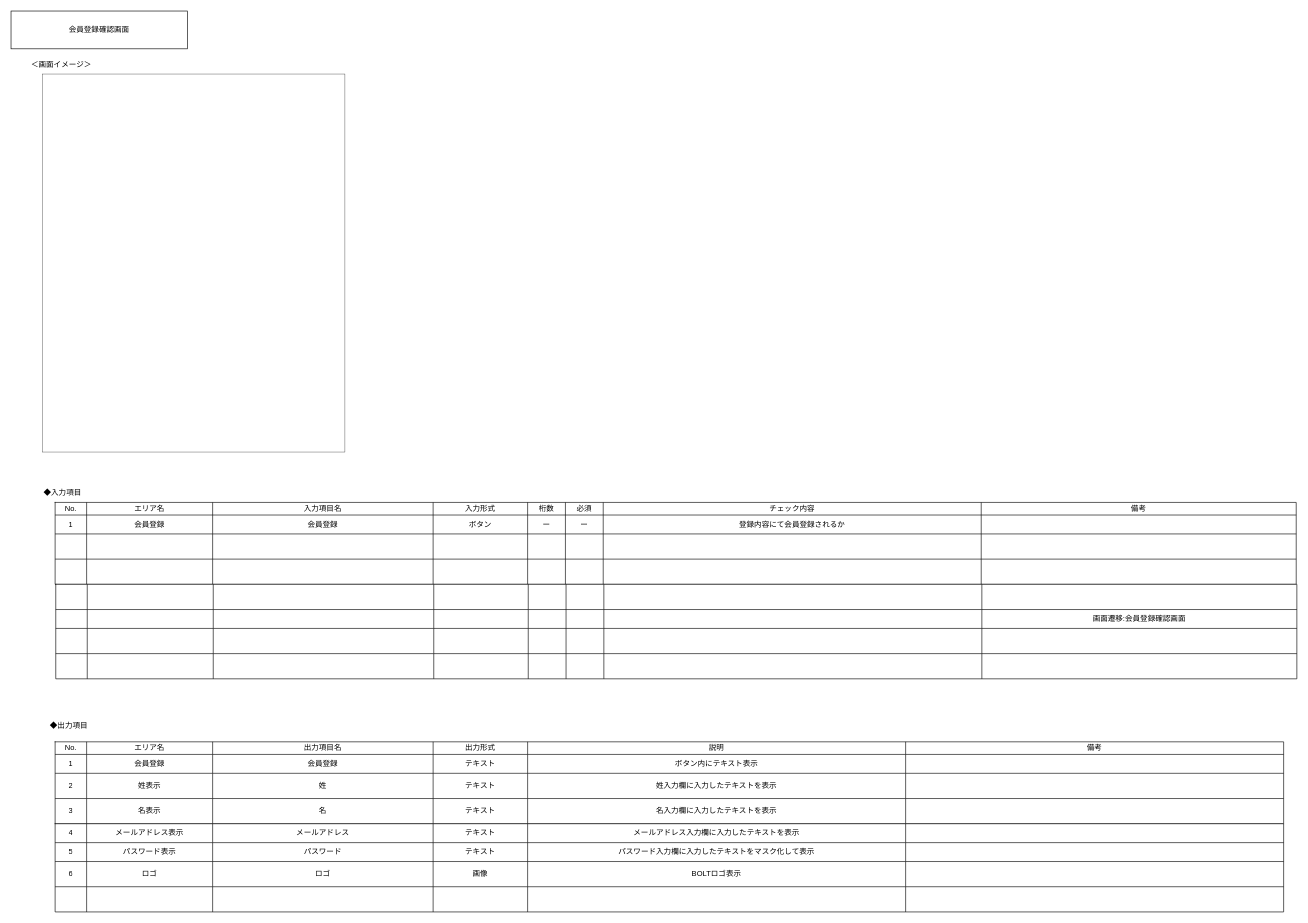
dt-torachan/lteventmanager keeps this draw.io diagram as page "トップ画面" (4 of 4) of documents/画面設計書フォーマット.drawio. Above is the earlier version. Source tidied: cells renumbered, new cells numbered last; positions are measured from the earlier drawing's top-left corner, leaving out a move shared by most shapes. Both pictures are drawn from the tidied source at 63%, with x=0, y=0 at pixel (11, 11).
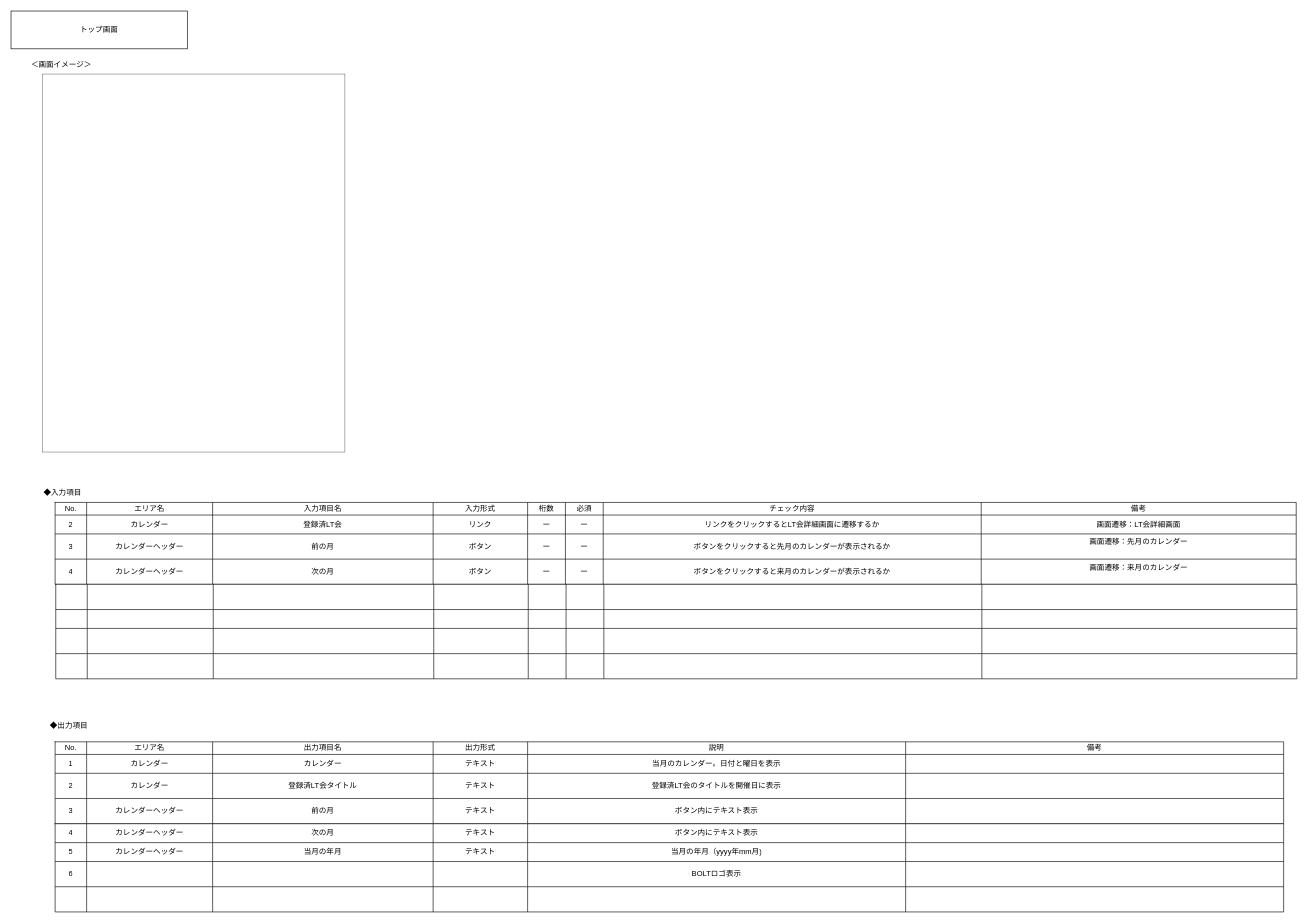
After the change.

Commit message (it also covers changes not shown here):
【add】トップ画面 作成

Unchanged cells that the change refers to:
```xml
<mxCell id="15" style="shape=tableRow;horizontal=0;startSize=0;swimlaneHead=0;swimlaneBody=0;strokeColor=inherit;top=0;left=0;bottom=0;right=0;fillColor=none;" parent="5" vertex="1">
  <mxGeometry y="20" width="1970" height="30" as="geometry" />
</mxCell>
<mxCell id="24" style="shape=tableRow;horizontal=0;startSize=0;swimlaneHead=0;swimlaneBody=0;strokeColor=inherit;top=0;left=0;bottom=0;right=0;fillColor=none;" parent="5" vertex="1">
  <mxGeometry y="50" width="1970" height="40" as="geometry" />
</mxCell>
<mxCell id="33" style="shape=tableRow;horizontal=0;startSize=0;swimlaneHead=0;swimlaneBody=0;strokeColor=inherit;top=0;left=0;bottom=0;right=0;fillColor=none;" parent="5" vertex="1">
  <mxGeometry y="90" width="1970" height="40" as="geometry" />
</mxCell>
<mxCell id="51" style="shape=tableRow;horizontal=0;startSize=0;swimlaneHead=0;swimlaneBody=0;strokeColor=inherit;top=0;left=0;bottom=0;right=0;fillColor=none;" parent="43" vertex="1">
  <mxGeometry y="20" width="1950" height="30" as="geometry" />
</mxCell>
<mxCell id="58" style="shape=tableRow;horizontal=0;startSize=0;swimlaneHead=0;swimlaneBody=0;strokeColor=inherit;top=0;left=0;bottom=0;right=0;fillColor=none;" parent="43" vertex="1">
  <mxGeometry y="50" width="1950" height="40" as="geometry" />
</mxCell>
<mxCell id="65" style="shape=tableRow;horizontal=0;startSize=0;swimlaneHead=0;swimlaneBody=0;strokeColor=inherit;top=0;left=0;bottom=0;right=0;fillColor=none;" parent="43" vertex="1">
  <mxGeometry y="90" width="1950" height="40" as="geometry" />
</mxCell>
<mxCell id="83" style="shape=tableRow;horizontal=0;startSize=0;swimlaneHead=0;swimlaneBody=0;strokeColor=inherit;top=0;left=0;bottom=0;right=0;fillColor=none;" parent="73" vertex="1">
  <mxGeometry y="40" width="1970" height="30" as="geometry" />
</mxCell>
<mxCell id="111" style="shape=tableRow;horizontal=0;startSize=0;swimlaneHead=0;swimlaneBody=0;strokeColor=inherit;top=0;left=0;bottom=0;right=0;fillColor=none;" parent="110" vertex="1">
  <mxGeometry width="1950" height="30" as="geometry" />
</mxCell>
<mxCell id="118" style="shape=tableRow;horizontal=0;startSize=0;swimlaneHead=0;swimlaneBody=0;strokeColor=inherit;top=0;left=0;bottom=0;right=0;fillColor=none;" parent="110" vertex="1">
  <mxGeometry y="30" width="1950" height="30" as="geometry" />
</mxCell>
<mxCell id="125" style="shape=tableRow;horizontal=0;startSize=0;swimlaneHead=0;swimlaneBody=0;strokeColor=inherit;top=0;left=0;bottom=0;right=0;fillColor=none;" parent="110" vertex="1">
  <mxGeometry y="60" width="1950" height="40" as="geometry" />
</mxCell>
```

Change to the diagram source:
```diff
@@
-    <mxCell id="2" value="会員登録確認画面" style="rounded=0;whiteSpace=wrap;html=1;" parent="1" vertex="1">
+    <mxCell id="2" value="トップ画面" style="rounded=0;whiteSpace=wrap;html=1;" parent="1" vertex="1">
       <mxGeometry width="280" height="60" as="geometry" />
     </mxCell>
@@
-    <mxCell id="16" value="1" style="shape=partialRectangle;html=1;whiteSpace=wrap;strokeColor=inherit;overflow=hidden;fillColor=none;top=0;left=0;bottom=0;right=0;" parent="15" vertex="1">
+    <mxCell id="16" value="2" style="shape=partialRectangle;html=1;whiteSpace=wrap;strokeColor=inherit;overflow=hidden;fillColor=none;top=0;left=0;bottom=0;right=0;" parent="15" vertex="1">
       <mxGeometry width="50" height="30" as="geometry" />
     </mxCell>
-    <mxCell id="17" value="会員登録" style="shape=partialRectangle;html=1;whiteSpace=wrap;strokeColor=inherit;overflow=hidden;fillColor=none;top=0;left=0;bottom=0;right=0;" parent="15" vertex="1">
+    <mxCell id="17" value="カレンダー" style="shape=partialRectangle;html=1;whiteSpace=wrap;strokeColor=inherit;overflow=hidden;fillColor=none;top=0;left=0;bottom=0;right=0;" parent="15" vertex="1">
       <mxGeometry x="50" width="200" height="30" as="geometry" />
     </mxCell>
-    <mxCell id="18" value="会員登録" style="shape=partialRectangle;html=1;whiteSpace=wrap;strokeColor=inherit;overflow=hidden;fillColor=none;top=0;left=0;bottom=0;right=0;" parent="15" vertex="1">
+    <mxCell id="18" value="登録済LT会" style="shape=partialRectangle;html=1;whiteSpace=wrap;strokeColor=inherit;overflow=hidden;fillColor=none;top=0;left=0;bottom=0;right=0;" parent="15" vertex="1">
       <mxGeometry x="250" width="350" height="30" as="geometry" />
     </mxCell>
-    <mxCell id="19" value="ボタン" style="shape=partialRectangle;html=1;whiteSpace=wrap;strokeColor=inherit;overflow=hidden;fillColor=none;top=0;left=0;bottom=0;right=0;" parent="15" vertex="1">
+    <mxCell id="19" value="リンク" style="shape=partialRectangle;html=1;whiteSpace=wrap;strokeColor=inherit;overflow=hidden;fillColor=none;top=0;left=0;bottom=0;right=0;" parent="15" vertex="1">
       <mxGeometry x="600" width="150" height="30" as="geometry" />
     </mxCell>
@@
-    <mxCell id="22" value="登録内容にて会員登録されるか" style="shape=partialRectangle;html=1;whiteSpace=wrap;strokeColor=inherit;overflow=hidden;fillColor=none;top=0;left=0;bottom=0;right=0;" parent="15" vertex="1">
+    <mxCell id="22" value="リンクをクリックするとLT会詳細画面に遷移するか" style="shape=partialRectangle;html=1;whiteSpace=wrap;strokeColor=inherit;overflow=hidden;fillColor=none;top=0;left=0;bottom=0;right=0;" parent="15" vertex="1">
       <mxGeometry x="870" width="600" height="30" as="geometry" />
     </mxCell>
-    <mxCell id="23" style="shape=partialRectangle;html=1;whiteSpace=wrap;strokeColor=inherit;overflow=hidden;fillColor=none;top=0;left=0;bottom=0;right=0;" parent="15" vertex="1">
+    <mxCell id="23" value="画面遷移：LT会詳細画面" style="shape=partialRectangle;html=1;whiteSpace=wrap;strokeColor=inherit;overflow=hidden;fillColor=none;top=0;left=0;bottom=0;right=0;" parent="15" vertex="1">
       <mxGeometry x="1470" width="500" height="30" as="geometry" />
     </mxCell>
@@
-    <mxCell id="25" style="shape=partialRectangle;html=1;whiteSpace=wrap;strokeColor=inherit;overflow=hidden;fillColor=none;top=0;left=0;bottom=0;right=0;" parent="24" vertex="1">
+    <mxCell id="25" value="3" style="shape=partialRectangle;html=1;whiteSpace=wrap;strokeColor=inherit;overflow=hidden;fillColor=none;top=0;left=0;bottom=0;right=0;" parent="24" vertex="1">
       <mxGeometry width="50" height="40" as="geometry" />
     </mxCell>
-    <mxCell id="26" style="shape=partialRectangle;html=1;whiteSpace=wrap;strokeColor=inherit;overflow=hidden;fillColor=none;top=0;left=0;bottom=0;right=0;" parent="24" vertex="1">
+    <mxCell id="26" value="カレンダーヘッダー" style="shape=partialRectangle;html=1;whiteSpace=wrap;strokeColor=inherit;overflow=hidden;fillColor=none;top=0;left=0;bottom=0;right=0;" parent="24" vertex="1">
       <mxGeometry x="50" width="200" height="40" as="geometry" />
     </mxCell>
-    <mxCell id="27" style="shape=partialRectangle;html=1;whiteSpace=wrap;strokeColor=inherit;overflow=hidden;fillColor=none;top=0;left=0;bottom=0;right=0;" parent="24" vertex="1">
+    <mxCell id="27" value="前の月" style="shape=partialRectangle;html=1;whiteSpace=wrap;strokeColor=inherit;overflow=hidden;fillColor=none;top=0;left=0;bottom=0;right=0;" parent="24" vertex="1">
       <mxGeometry x="250" width="350" height="40" as="geometry" />
     </mxCell>
-    <mxCell id="28" style="shape=partialRectangle;html=1;whiteSpace=wrap;strokeColor=inherit;overflow=hidden;fillColor=none;top=0;left=0;bottom=0;right=0;" parent="24" vertex="1">
+    <mxCell id="28" value="ボタン" style="shape=partialRectangle;html=1;whiteSpace=wrap;strokeColor=inherit;overflow=hidden;fillColor=none;top=0;left=0;bottom=0;right=0;" parent="24" vertex="1">
       <mxGeometry x="600" width="150" height="40" as="geometry" />
     </mxCell>
-    <mxCell id="29" style="shape=partialRectangle;html=1;whiteSpace=wrap;strokeColor=inherit;overflow=hidden;fillColor=none;top=0;left=0;bottom=0;right=0;" parent="24" vertex="1">
+    <mxCell id="29" value="ー" style="shape=partialRectangle;html=1;whiteSpace=wrap;strokeColor=inherit;overflow=hidden;fillColor=none;top=0;left=0;bottom=0;right=0;" parent="24" vertex="1">
       <mxGeometry x="750" width="60" height="40" as="geometry" />
     </mxCell>
-    <mxCell id="30" style="shape=partialRectangle;html=1;whiteSpace=wrap;strokeColor=inherit;overflow=hidden;fillColor=none;top=0;left=0;bottom=0;right=0;" parent="24" vertex="1">
+    <mxCell id="30" value="ー" style="shape=partialRectangle;html=1;whiteSpace=wrap;strokeColor=inherit;overflow=hidden;fillColor=none;top=0;left=0;bottom=0;right=0;" parent="24" vertex="1">
       <mxGeometry x="810" width="60" height="40" as="geometry" />
     </mxCell>
-    <mxCell id="31" style="shape=partialRectangle;html=1;whiteSpace=wrap;strokeColor=inherit;overflow=hidden;fillColor=none;top=0;left=0;bottom=0;right=0;" parent="24" vertex="1">
+    <mxCell id="31" value="ボタンをクリックすると先月のカレンダーが表示されるか" style="shape=partialRectangle;html=1;whiteSpace=wrap;strokeColor=inherit;overflow=hidden;fillColor=none;top=0;left=0;bottom=0;right=0;" parent="24" vertex="1">
       <mxGeometry x="870" width="600" height="40" as="geometry" />
     </mxCell>
-    <mxCell id="32" style="shape=partialRectangle;html=1;whiteSpace=wrap;strokeColor=inherit;overflow=hidden;fillColor=none;top=0;left=0;bottom=0;right=0;" parent="24" vertex="1">
+    <mxCell id="32" value="&lt;div&gt;画面遷移：先月のカレンダー&lt;/div&gt;&lt;div&gt;&lt;br&gt;&lt;/div&gt;" style="shape=partialRectangle;html=1;whiteSpace=wrap;strokeColor=inherit;overflow=hidden;fillColor=none;top=0;left=0;bottom=0;right=0;" parent="24" vertex="1">
       <mxGeometry x="1470" width="500" height="40" as="geometry" />
     </mxCell>
@@
-    <mxCell id="34" style="shape=partialRectangle;html=1;whiteSpace=wrap;strokeColor=inherit;overflow=hidden;fillColor=none;top=0;left=0;bottom=0;right=0;" parent="33" vertex="1">
+    <mxCell id="34" value="4" style="shape=partialRectangle;html=1;whiteSpace=wrap;strokeColor=inherit;overflow=hidden;fillColor=none;top=0;left=0;bottom=0;right=0;" parent="33" vertex="1">
       <mxGeometry width="50" height="40" as="geometry" />
     </mxCell>
-    <mxCell id="35" style="shape=partialRectangle;html=1;whiteSpace=wrap;strokeColor=inherit;overflow=hidden;fillColor=none;top=0;left=0;bottom=0;right=0;" parent="33" vertex="1">
+    <mxCell id="35" value="カレンダーヘッダー" style="shape=partialRectangle;html=1;whiteSpace=wrap;strokeColor=inherit;overflow=hidden;fillColor=none;top=0;left=0;bottom=0;right=0;" parent="33" vertex="1">
       <mxGeometry x="50" width="200" height="40" as="geometry" />
     </mxCell>
-    <mxCell id="36" style="shape=partialRectangle;html=1;whiteSpace=wrap;strokeColor=inherit;overflow=hidden;fillColor=none;top=0;left=0;bottom=0;right=0;" parent="33" vertex="1">
+    <mxCell id="36" value="次の月" style="shape=partialRectangle;html=1;whiteSpace=wrap;strokeColor=inherit;overflow=hidden;fillColor=none;top=0;left=0;bottom=0;right=0;" parent="33" vertex="1">
       <mxGeometry x="250" width="350" height="40" as="geometry" />
     </mxCell>
-    <mxCell id="37" style="shape=partialRectangle;html=1;whiteSpace=wrap;strokeColor=inherit;overflow=hidden;fillColor=none;top=0;left=0;bottom=0;right=0;" parent="33" vertex="1">
+    <mxCell id="37" value="ボタン" style="shape=partialRectangle;html=1;whiteSpace=wrap;strokeColor=inherit;overflow=hidden;fillColor=none;top=0;left=0;bottom=0;right=0;" parent="33" vertex="1">
       <mxGeometry x="600" width="150" height="40" as="geometry" />
     </mxCell>
-    <mxCell id="38" style="shape=partialRectangle;html=1;whiteSpace=wrap;strokeColor=inherit;overflow=hidden;fillColor=none;top=0;left=0;bottom=0;right=0;" parent="33" vertex="1">
+    <mxCell id="38" value="ー" style="shape=partialRectangle;html=1;whiteSpace=wrap;strokeColor=inherit;overflow=hidden;fillColor=none;top=0;left=0;bottom=0;right=0;" parent="33" vertex="1">
       <mxGeometry x="750" width="60" height="40" as="geometry" />
     </mxCell>
-    <mxCell id="39" style="shape=partialRectangle;html=1;whiteSpace=wrap;strokeColor=inherit;overflow=hidden;fillColor=none;top=0;left=0;bottom=0;right=0;" parent="33" vertex="1">
+    <mxCell id="39" value="ー" style="shape=partialRectangle;html=1;whiteSpace=wrap;strokeColor=inherit;overflow=hidden;fillColor=none;top=0;left=0;bottom=0;right=0;" parent="33" vertex="1">
       <mxGeometry x="810" width="60" height="40" as="geometry" />
     </mxCell>
-    <mxCell id="40" style="shape=partialRectangle;html=1;whiteSpace=wrap;strokeColor=inherit;overflow=hidden;fillColor=none;top=0;left=0;bottom=0;right=0;" parent="33" vertex="1">
+    <mxCell id="40" value="ボタンをクリックすると来月のカレンダーが表示されるか" style="shape=partialRectangle;html=1;whiteSpace=wrap;strokeColor=inherit;overflow=hidden;fillColor=none;top=0;left=0;bottom=0;right=0;" parent="33" vertex="1">
       <mxGeometry x="870" width="600" height="40" as="geometry" />
     </mxCell>
-    <mxCell id="41" style="shape=partialRectangle;html=1;whiteSpace=wrap;strokeColor=inherit;overflow=hidden;fillColor=none;top=0;left=0;bottom=0;right=0;" parent="33" vertex="1">
+    <mxCell id="41" value="&lt;div&gt;画面遷移：来月のカレンダー&lt;/div&gt;&lt;div&gt;&lt;br&gt;&lt;/div&gt;" style="shape=partialRectangle;html=1;whiteSpace=wrap;strokeColor=inherit;overflow=hidden;fillColor=none;top=0;left=0;bottom=0;right=0;" parent="33" vertex="1">
       <mxGeometry x="1470" width="500" height="40" as="geometry" />
     </mxCell>
@@
-    <mxCell id="53" value="会員登録" style="shape=partialRectangle;html=1;whiteSpace=wrap;strokeColor=inherit;overflow=hidden;fillColor=none;top=0;left=0;bottom=0;right=0;" parent="51" vertex="1">
+    <mxCell id="53" value="カレンダー" style="shape=partialRectangle;html=1;whiteSpace=wrap;strokeColor=inherit;overflow=hidden;fillColor=none;top=0;left=0;bottom=0;right=0;" parent="51" vertex="1">
       <mxGeometry x="50" width="200" height="30" as="geometry" />
     </mxCell>
-    <mxCell id="54" value="会員登録" style="shape=partialRectangle;html=1;whiteSpace=wrap;strokeColor=inherit;overflow=hidden;fillColor=none;top=0;left=0;bottom=0;right=0;" parent="51" vertex="1">
+    <mxCell id="54" value="カレンダー" style="shape=partialRectangle;html=1;whiteSpace=wrap;strokeColor=inherit;overflow=hidden;fillColor=none;top=0;left=0;bottom=0;right=0;" parent="51" vertex="1">
       <mxGeometry x="250" width="350" height="30" as="geometry" />
     </mxCell>
@@
-    <mxCell id="56" value="ボタン内にテキスト表示" style="shape=partialRectangle;html=1;whiteSpace=wrap;strokeColor=inherit;overflow=hidden;fillColor=none;top=0;left=0;bottom=0;right=0;" parent="51" vertex="1">
+    <mxCell id="56" value="当月のカレンダー。日付と曜日を表示" style="shape=partialRectangle;html=1;whiteSpace=wrap;strokeColor=inherit;overflow=hidden;fillColor=none;top=0;left=0;bottom=0;right=0;" parent="51" vertex="1">
       <mxGeometry x="750" width="600" height="30" as="geometry" />
     </mxCell>
@@
-    <mxCell id="60" value="姓表示" style="shape=partialRectangle;html=1;whiteSpace=wrap;strokeColor=inherit;overflow=hidden;fillColor=none;top=0;left=0;bottom=0;right=0;" parent="58" vertex="1">
+    <mxCell id="60" value="カレンダー" style="shape=partialRectangle;html=1;whiteSpace=wrap;strokeColor=inherit;overflow=hidden;fillColor=none;top=0;left=0;bottom=0;right=0;" parent="58" vertex="1">
       <mxGeometry x="50" width="200" height="40" as="geometry" />
     </mxCell>
-    <mxCell id="61" value="姓" style="shape=partialRectangle;html=1;whiteSpace=wrap;strokeColor=inherit;overflow=hidden;fillColor=none;top=0;left=0;bottom=0;right=0;" parent="58" vertex="1">
+    <mxCell id="61" value="登録済LT会タイトル" style="shape=partialRectangle;html=1;whiteSpace=wrap;strokeColor=inherit;overflow=hidden;fillColor=none;top=0;left=0;bottom=0;right=0;" parent="58" vertex="1">
       <mxGeometry x="250" width="350" height="40" as="geometry" />
     </mxCell>
@@
-    <mxCell id="63" value="姓入力欄に入力したテキストを表示" style="shape=partialRectangle;html=1;whiteSpace=wrap;strokeColor=inherit;overflow=hidden;fillColor=none;top=0;left=0;bottom=0;right=0;" parent="58" vertex="1">
+    <mxCell id="63" value="登録済LT会のタイトルを開催日に表示" style="shape=partialRectangle;html=1;whiteSpace=wrap;strokeColor=inherit;overflow=hidden;fillColor=none;top=0;left=0;bottom=0;right=0;" parent="58" vertex="1">
       <mxGeometry x="750" width="600" height="40" as="geometry" />
     </mxCell>
@@
-    <mxCell id="67" value="名表示" style="shape=partialRectangle;html=1;whiteSpace=wrap;strokeColor=inherit;overflow=hidden;fillColor=none;top=0;left=0;bottom=0;right=0;" parent="65" vertex="1">
+    <mxCell id="67" value="カレンダーヘッダー" style="shape=partialRectangle;html=1;whiteSpace=wrap;strokeColor=inherit;overflow=hidden;fillColor=none;top=0;left=0;bottom=0;right=0;" parent="65" vertex="1">
       <mxGeometry x="50" width="200" height="40" as="geometry" />
     </mxCell>
-    <mxCell id="68" value="名" style="shape=partialRectangle;html=1;whiteSpace=wrap;strokeColor=inherit;overflow=hidden;fillColor=none;top=0;left=0;bottom=0;right=0;" parent="65" vertex="1">
+    <mxCell id="68" value="前の月" style="shape=partialRectangle;html=1;whiteSpace=wrap;strokeColor=inherit;overflow=hidden;fillColor=none;top=0;left=0;bottom=0;right=0;" parent="65" vertex="1">
       <mxGeometry x="250" width="350" height="40" as="geometry" />
     </mxCell>
@@
-    <mxCell id="70" value="名入力欄に入力したテキストを表示" style="shape=partialRectangle;html=1;whiteSpace=wrap;strokeColor=inherit;overflow=hidden;fillColor=none;top=0;left=0;bottom=0;right=0;" parent="65" vertex="1">
+    <mxCell id="70" value="ボタン内にテキスト表示" style="shape=partialRectangle;html=1;whiteSpace=wrap;strokeColor=inherit;overflow=hidden;fillColor=none;top=0;left=0;bottom=0;right=0;" parent="65" vertex="1">
       <mxGeometry x="750" width="600" height="40" as="geometry" />
     </mxCell>
@@
-    <mxCell id="91" value="画面遷移:会員登録確認画面" style="shape=partialRectangle;html=1;whiteSpace=wrap;strokeColor=inherit;overflow=hidden;fillColor=none;top=0;left=0;bottom=0;right=0;" parent="83" vertex="1">
+    <mxCell id="91" style="shape=partialRectangle;html=1;whiteSpace=wrap;strokeColor=inherit;overflow=hidden;fillColor=none;top=0;left=0;bottom=0;right=0;" parent="83" vertex="1">
       <mxGeometry x="1470" width="500" height="30" as="geometry" />
     </mxCell>
@@
-    <mxCell id="113" value="メールアドレス表示" style="shape=partialRectangle;html=1;whiteSpace=wrap;strokeColor=inherit;overflow=hidden;fillColor=none;top=0;left=0;bottom=0;right=0;" parent="111" vertex="1">
+    <mxCell id="113" value="カレンダーヘッダー" style="shape=partialRectangle;html=1;whiteSpace=wrap;strokeColor=inherit;overflow=hidden;fillColor=none;top=0;left=0;bottom=0;right=0;" parent="111" vertex="1">
       <mxGeometry x="50" width="200" height="30" as="geometry" />
     </mxCell>
-    <mxCell id="114" value="メールアドレス" style="shape=partialRectangle;html=1;whiteSpace=wrap;strokeColor=inherit;overflow=hidden;fillColor=none;top=0;left=0;bottom=0;right=0;" parent="111" vertex="1">
+    <mxCell id="114" value="次の月" style="shape=partialRectangle;html=1;whiteSpace=wrap;strokeColor=inherit;overflow=hidden;fillColor=none;top=0;left=0;bottom=0;right=0;" parent="111" vertex="1">
       <mxGeometry x="250" width="350" height="30" as="geometry" />
     </mxCell>
@@
-    <mxCell id="116" value="メールアドレス入力欄に入力したテキストを表示" style="shape=partialRectangle;html=1;whiteSpace=wrap;strokeColor=inherit;overflow=hidden;fillColor=none;top=0;left=0;bottom=0;right=0;" parent="111" vertex="1">
+    <mxCell id="116" value="ボタン内にテキスト表示" style="shape=partialRectangle;html=1;whiteSpace=wrap;strokeColor=inherit;overflow=hidden;fillColor=none;top=0;left=0;bottom=0;right=0;" parent="111" vertex="1">
       <mxGeometry x="750" width="600" height="30" as="geometry" />
     </mxCell>
@@
-    <mxCell id="120" value="パスワード表示" style="shape=partialRectangle;html=1;whiteSpace=wrap;strokeColor=inherit;overflow=hidden;fillColor=none;top=0;left=0;bottom=0;right=0;" parent="118" vertex="1">
+    <mxCell id="120" value="カレンダーヘッダー" style="shape=partialRectangle;html=1;whiteSpace=wrap;strokeColor=inherit;overflow=hidden;fillColor=none;top=0;left=0;bottom=0;right=0;" parent="118" vertex="1">
       <mxGeometry x="50" width="200" height="30" as="geometry" />
     </mxCell>
-    <mxCell id="121" value="パスワード" style="shape=partialRectangle;html=1;whiteSpace=wrap;strokeColor=inherit;overflow=hidden;fillColor=none;top=0;left=0;bottom=0;right=0;" parent="118" vertex="1">
+    <mxCell id="121" value="当月の年月" style="shape=partialRectangle;html=1;whiteSpace=wrap;strokeColor=inherit;overflow=hidden;fillColor=none;top=0;left=0;bottom=0;right=0;" parent="118" vertex="1">
       <mxGeometry x="250" width="350" height="30" as="geometry" />
     </mxCell>
@@
-    <mxCell id="123" value="パスワード入力欄に入力したテキストをマスク化して表示" style="shape=partialRectangle;html=1;whiteSpace=wrap;strokeColor=inherit;overflow=hidden;fillColor=none;top=0;left=0;bottom=0;right=0;" parent="118" vertex="1">
+    <mxCell id="123" value="当月の年月（yyyy年mm月)" style="shape=partialRectangle;html=1;whiteSpace=wrap;strokeColor=inherit;overflow=hidden;fillColor=none;top=0;left=0;bottom=0;right=0;" parent="118" vertex="1">
       <mxGeometry x="750" width="600" height="30" as="geometry" />
     </mxCell>
@@
-    <mxCell id="127" value="ロゴ" style="shape=partialRectangle;html=1;whiteSpace=wrap;strokeColor=inherit;overflow=hidden;fillColor=none;top=0;left=0;bottom=0;right=0;" parent="125" vertex="1">
+    <mxCell id="127" style="shape=partialRectangle;html=1;whiteSpace=wrap;strokeColor=inherit;overflow=hidden;fillColor=none;top=0;left=0;bottom=0;right=0;" parent="125" vertex="1">
       <mxGeometry x="50" width="200" height="40" as="geometry" />
     </mxCell>
-    <mxCell id="128" value="ロゴ" style="shape=partialRectangle;html=1;whiteSpace=wrap;strokeColor=inherit;overflow=hidden;fillColor=none;top=0;left=0;bottom=0;right=0;" parent="125" vertex="1">
+    <mxCell id="128" style="shape=partialRectangle;html=1;whiteSpace=wrap;strokeColor=inherit;overflow=hidden;fillColor=none;top=0;left=0;bottom=0;right=0;" parent="125" vertex="1">
       <mxGeometry x="250" width="350" height="40" as="geometry" />
     </mxCell>
-    <mxCell id="129" value="画像" style="shape=partialRectangle;html=1;whiteSpace=wrap;strokeColor=inherit;overflow=hidden;fillColor=none;top=0;left=0;bottom=0;right=0;" parent="125" vertex="1">
+    <mxCell id="129" style="shape=partialRectangle;html=1;whiteSpace=wrap;strokeColor=inherit;overflow=hidden;fillColor=none;top=0;left=0;bottom=0;right=0;" parent="125" vertex="1">
       <mxGeometry x="600" width="150" height="40" as="geometry" />
     </mxCell>
```
